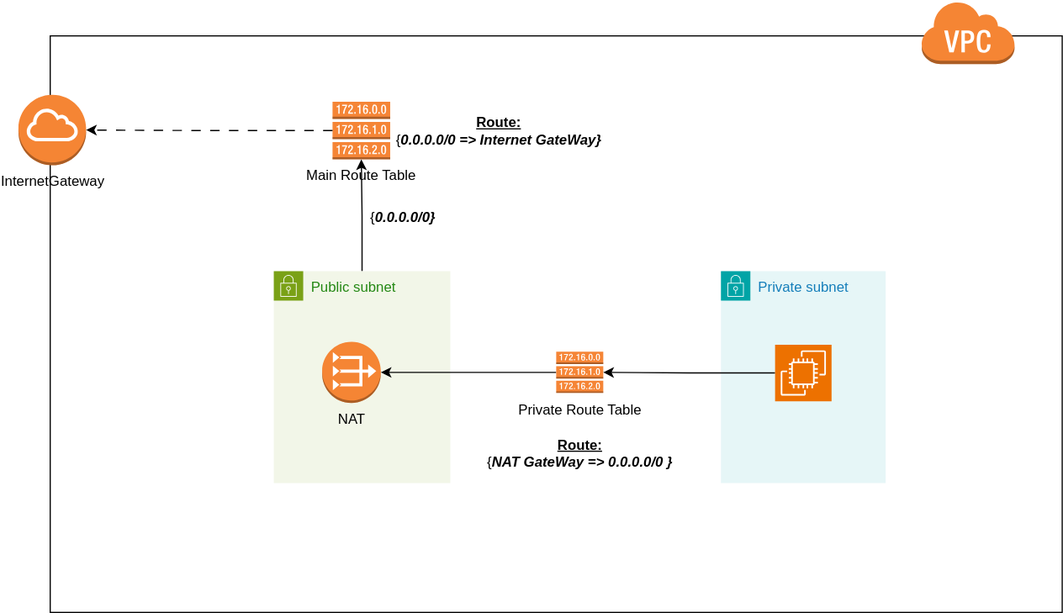
Before: arch.drawio.svg, a diagram exported from draw.io (nobleman97/cloudpros-aws-3-tier). Source tidied: cells renumbered, new cells last; positions are measured from the earlier drawing's top-left corner, leaving out a move shared by most shapes.
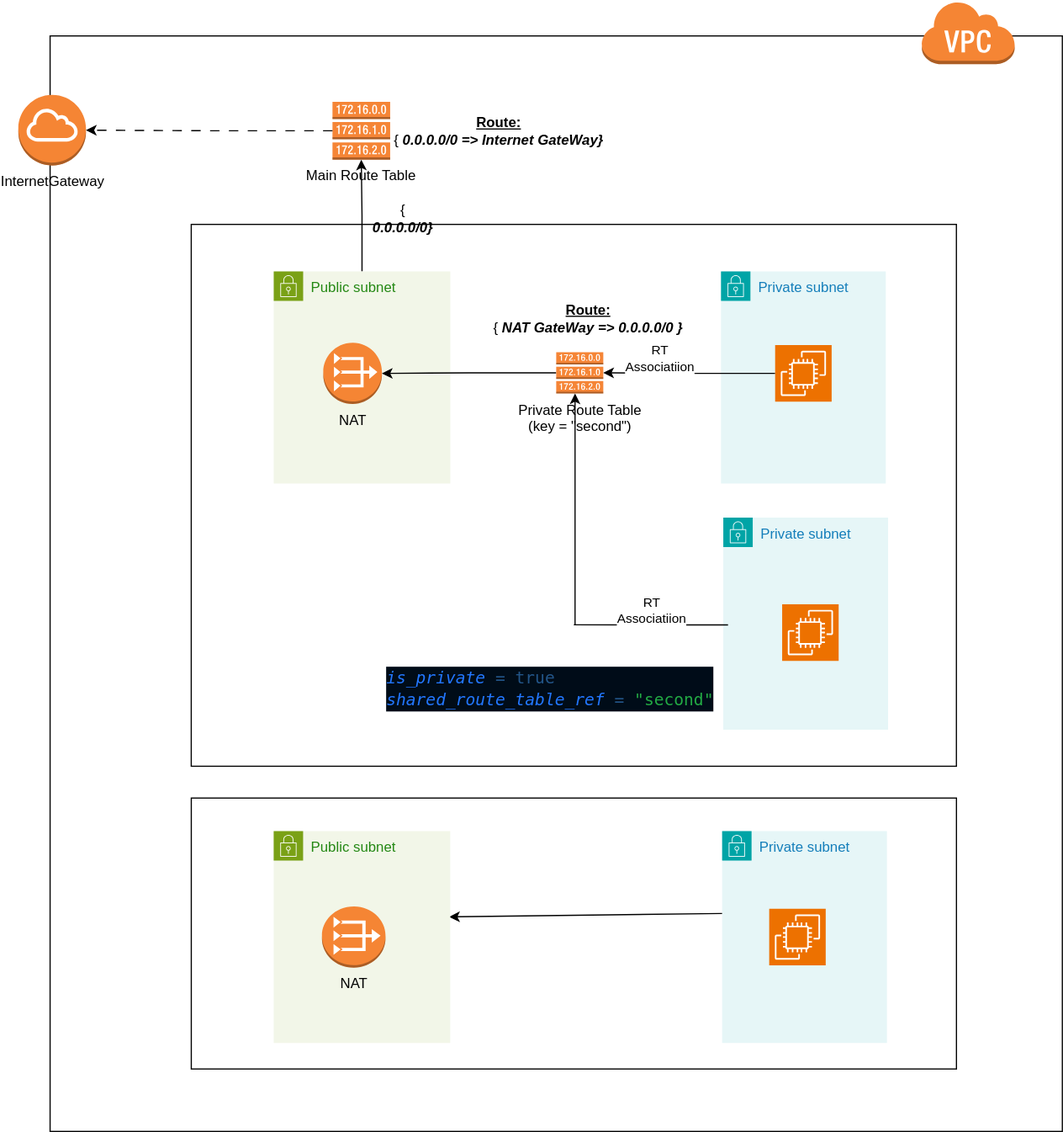
Above is the later version.

Commit message:
account for both multiple and shared NAT scenarios

Change to the diagram source:
```diff
@@ -3,8 +3,14 @@
     <mxCell id="0" />
     <mxCell id="1" parent="0" />
     <mxCell id="2" style="rounded=0;whiteSpace=wrap;html=1;" parent="1" vertex="1">
-      <mxGeometry x="27" y="30" width="860" height="490" as="geometry" />
+      <mxGeometry x="27" y="30" width="860" height="930" as="geometry" />
     </mxCell>
+    <mxCell id="18" style="rounded=0;whiteSpace=wrap;html=1;" parent="1" vertex="1">
+      <mxGeometry x="147" y="677" width="650.1" height="230" as="geometry" />
+    </mxCell>
+    <mxCell id="19" style="rounded=0;whiteSpace=wrap;html=1;" parent="1" vertex="1">
+      <mxGeometry x="146.9" y="190" width="650.1" height="460" as="geometry" />
+    </mxCell>
     <mxCell id="3" value="InternetGateway" style="outlineConnect=0;dashed=0;verticalLabelPosition=bottom;verticalAlign=top;align=center;html=1;shape=mxgraph.aws3.internet_gateway;fillColor=#F58534;gradientColor=none;" parent="1" vertex="1">
       <mxGeometry y="80" width="57.5" height="60" as="geometry" />
     </mxCell>
@@ -17,21 +23,26 @@
     <mxCell id="6" value="Public subnet" style="points=[[0,0],[0.25,0],[0.5,0],[0.75,0],[1,0],[1,0.25],[1,0.5],[1,0.75],[1,1],[0.75,1],[0.5,1],[0.25,1],[0,1],[0,0.75],[0,0.5],[0,0.25]];outlineConnect=0;gradientColor=none;html=1;whiteSpace=wrap;fontSize=12;fontStyle=0;shape=mxgraph.aws4.group;grIcon=mxgraph.aws4.group_security_group;grStroke=0;strokeColor=#7AA116;fillColor=#F2F6E8;verticalAlign=top;align=left;spacingLeft=30;fontColor=#248814;dashed=0;" parent="1" vertex="1">
       <mxGeometry x="217" y="230" width="150" height="180" as="geometry" />
     </mxCell>
+    <mxCell id="8" value="NAT" style="outlineConnect=0;dashed=0;verticalLabelPosition=bottom;verticalAlign=top;align=center;html=1;shape=mxgraph.aws3.vpc_nat_gateway;fillColor=#F58534;gradientColor=none;" parent="6" vertex="1">
+      <mxGeometry x="42.1" y="60.5" width="49.8" height="52" as="geometry" />
+    </mxCell>
     <mxCell id="7" value="Private subnet" style="gradientColor=none;html=1;whiteSpace=wrap;fontSize=12;fontStyle=0;shape=mxgraph.aws4.group;grIcon=mxgraph.aws4.group_security_group;grStroke=0;strokeColor=#00A4A6;fillColor=#E6F6F7;verticalAlign=top;align=left;spacingLeft=30;fontColor=#147EBA;dashed=0;" parent="1" vertex="1">
       <mxGeometry x="597" y="230" width="140" height="180" as="geometry" />
     </mxCell>
-    <mxCell id="8" value="NAT" style="outlineConnect=0;dashed=0;verticalLabelPosition=bottom;verticalAlign=top;align=center;html=1;shape=mxgraph.aws3.vpc_nat_gateway;fillColor=#F58534;gradientColor=none;" parent="1" vertex="1">
-      <mxGeometry x="258.1" y="290" width="49.8" height="52" as="geometry" />
-    </mxCell>
     <mxCell id="9" style="edgeStyle=orthogonalEdgeStyle;rounded=0;jettySize=auto;html=1;" parent="1" edge="1" source="10" target="8">
       <mxGeometry relative="1" as="geometry" />
     </mxCell>
-    <mxCell id="10" value="Private Route Table" style="outlineConnect=0;dashed=0;verticalLabelPosition=bottom;verticalAlign=top;align=center;html=1;shape=mxgraph.aws3.route_table;fillColor=#F58536;gradientColor=none;" parent="1" vertex="1">
+    <mxCell id="10" value="Private Route Table&lt;br&gt;(key = &quot;second&quot;)" style="outlineConnect=0;dashed=0;verticalLabelPosition=bottom;verticalAlign=top;align=center;html=1;shape=mxgraph.aws3.route_table;fillColor=#F58536;gradientColor=none;" parent="1" vertex="1">
       <mxGeometry x="457" y="298.5" width="40" height="35" as="geometry" />
     </mxCell>
     <mxCell id="11" style="edgeStyle=orthogonalEdgeStyle;rounded=0;jettySize=auto;html=1;" parent="1" edge="1" source="12" target="10">
       <mxGeometry relative="1" as="geometry" />
     </mxCell>
+    <mxCell id="20" value="RT&lt;br&gt;Associatiion" style="edgeLabel;html=1;align=center;verticalAlign=middle;" parent="11" vertex="1">
+      <mxGeometry x="0.37" y="4" relative="1" as="geometry">
+        <mxPoint x="1" y="-17" as="offset" />
+      </mxGeometry>
+    </mxCell>
     <mxCell id="12" style="sketch=0;points=[[0,0,0],[0.25,0,0],[0.5,0,0],[0.75,0,0],[1,0,0],[0,1,0],[0.25,1,0],[0.5,1,0],[0.75,1,0],[1,1,0],[0,0.25,0],[0,0.5,0],[0,0.75,0],[1,0.25,0],[1,0.5,0],[1,0.75,0]];outlineConnect=0;fontColor=#232F3E;fillColor=#ED7100;strokeColor=#ffffff;dashed=0;verticalLabelPosition=bottom;verticalAlign=top;align=center;html=1;fontSize=12;fontStyle=0;shape=mxgraph.aws4.resourceIcon;resIcon=mxgraph.aws4.ec2;" parent="1" vertex="1">
       <mxGeometry x="643" y="292.5" width="48" height="48" as="geometry" />
     </mxCell>
@@ -45,10 +56,48 @@
       <mxGeometry x="311" y="95.5" width="195" height="30" as="geometry" />
     </mxCell>
     <mxCell id="16" value="&lt;div&gt;&lt;u&gt;&lt;b&gt;Route:&lt;/b&gt;&lt;/u&gt;&lt;br&gt;&lt;/div&gt;&lt;div&gt;{&lt;b&gt;&lt;i&gt;NAT GateWay&lt;/i&gt;&lt;/b&gt;&lt;b&gt;&lt;i&gt; =&amp;gt; 0.0.0.0/0 }&lt;/i&gt;&lt;/b&gt;&lt;/div&gt;" style="text;html=1;align=center;verticalAlign=middle;whiteSpace=wrap;rounded=0;" parent="1" vertex="1">
-      <mxGeometry x="379.5" y="370" width="195" height="30" as="geometry" />
+      <mxGeometry x="387" y="255" width="195" height="30" as="geometry" />
     </mxCell>
     <mxCell id="17" style="dashed=0;verticalLabelPosition=bottom;verticalAlign=top;align=center;html=1;shape=mxgraph.aws3.virtual_private_cloud;fillColor=#F58534;gradientColor=none;" parent="1" vertex="1">
       <mxGeometry x="767" width="79.5" height="54" as="geometry" />
     </mxCell>
+    <mxCell id="21" style="edgeStyle=none;html=1;entryX=0.994;entryY=0.405;entryDx=0;entryDy=0;entryPerimeter=0;exitX=0.694;exitY=0.426;exitDx=0;exitDy=0;exitPerimeter=0;" parent="1" edge="1" source="18" target="24">
+      <mxGeometry relative="1" as="geometry" />
+    </mxCell>
+    <mxCell id="22" value="Private subnet" style="gradientColor=none;html=1;whiteSpace=wrap;fontSize=12;fontStyle=0;shape=mxgraph.aws4.group;grIcon=mxgraph.aws4.group_security_group;grStroke=0;strokeColor=#00A4A6;fillColor=#E6F6F7;verticalAlign=top;align=left;spacingLeft=30;fontColor=#147EBA;dashed=0;" parent="1" vertex="1">
+      <mxGeometry x="598" y="705" width="140" height="180" as="geometry" />
+    </mxCell>
+    <mxCell id="23" style="sketch=0;fontColor=#232F3E;fillColor=#ED7100;strokeColor=#ffffff;dashed=0;verticalLabelPosition=bottom;verticalAlign=top;align=center;html=1;fontSize=12;fontStyle=0;shape=mxgraph.aws4.resourceIcon;resIcon=mxgraph.aws4.ec2;" parent="22" vertex="1">
+      <mxGeometry x="40" y="66" width="48" height="48" as="geometry" />
+    </mxCell>
+    <mxCell id="24" value="Public subnet" style="points=[[0,0],[0.25,0],[0.5,0],[0.75,0],[1,0],[1,0.25],[1,0.5],[1,0.75],[1,1],[0.75,1],[0.5,1],[0.25,1],[0,1],[0,0.75],[0,0.5],[0,0.25]];outlineConnect=0;gradientColor=none;html=1;whiteSpace=wrap;fontSize=12;fontStyle=0;shape=mxgraph.aws4.group;grIcon=mxgraph.aws4.group_security_group;grStroke=0;strokeColor=#7AA116;fillColor=#F2F6E8;verticalAlign=top;align=left;spacingLeft=30;fontColor=#248814;dashed=0;" parent="1" vertex="1">
+      <mxGeometry x="217" y="705" width="150" height="180" as="geometry" />
+    </mxCell>
+    <mxCell id="25" value="NAT" style="dashed=0;verticalLabelPosition=bottom;verticalAlign=top;align=center;html=1;shape=mxgraph.aws3.vpc_nat_gateway;fillColor=#F58534;gradientColor=none;" parent="1" vertex="1">
+      <mxGeometry x="258" y="769" width="54" height="52" as="geometry" />
+    </mxCell>
+    <mxCell id="26" value="Private subnet" style="gradientColor=none;html=1;whiteSpace=wrap;fontSize=12;fontStyle=0;shape=mxgraph.aws4.group;grIcon=mxgraph.aws4.group_security_group;grStroke=0;strokeColor=#00A4A6;fillColor=#E6F6F7;verticalAlign=top;align=left;spacingLeft=30;fontColor=#147EBA;dashed=0;" parent="1" vertex="1">
+      <mxGeometry x="599" y="439" width="140" height="180" as="geometry" />
+    </mxCell>
+    <mxCell id="27" style="sketch=0;fontColor=#232F3E;fillColor=#ED7100;strokeColor=#ffffff;dashed=0;verticalLabelPosition=bottom;verticalAlign=top;align=center;html=1;fontSize=12;fontStyle=0;shape=mxgraph.aws4.resourceIcon;resIcon=mxgraph.aws4.ec2;" parent="1" vertex="1">
+      <mxGeometry x="649" y="512.5" width="48" height="48" as="geometry" />
+    </mxCell>
+    <mxCell id="28" style="endArrow=none;html=1;exitX=0.5;exitY=0.739;exitDx=0;exitDy=0;exitPerimeter=0;" parent="1" edge="1" source="19">
+      <mxGeometry relative="1" as="geometry">
+        <mxPoint x="603" y="530" as="targetPoint" />
+      </mxGeometry>
+    </mxCell>
+    <mxCell id="29" style="endArrow=classic;html=1;" parent="1" edge="1">
+      <mxGeometry relative="1" as="geometry">
+        <mxPoint x="473" y="530" as="sourcePoint" />
+        <mxPoint x="473" y="333.5" as="targetPoint" />
+      </mxGeometry>
+    </mxCell>
+    <mxCell id="30" value="&lt;div style=&quot;color: rgb(102, 136, 204); background-color: rgb(0, 12, 24); font-family: &amp;quot;Droid Sans Mono&amp;quot;, &amp;quot;monospace&amp;quot;, monospace; font-weight: normal; font-size: 14px; line-height: 19px;&quot;&gt;&lt;div&gt;&lt;span style=&quot;color: #2277ff;font-style: italic;&quot;&gt;is_private&lt;/span&gt;&lt;span style=&quot;color: #6688cc;&quot;&gt;              &lt;/span&gt;&lt;span style=&quot;color: #225588;&quot;&gt;=&lt;/span&gt;&lt;span style=&quot;color: #6688cc;&quot;&gt; &lt;/span&gt;&lt;span style=&quot;color: #225588;&quot;&gt;true&lt;/span&gt;&lt;/div&gt;&lt;div&gt;&lt;span style=&quot;color: #6688cc;&quot;&gt;      &lt;/span&gt;&lt;span style=&quot;color: #2277ff;font-style: italic;&quot;&gt;shared_route_table_ref&lt;/span&gt;&lt;span style=&quot;color: #6688cc;&quot;&gt; &lt;/span&gt;&lt;span style=&quot;color: #225588;&quot;&gt;=&lt;/span&gt;&lt;span style=&quot;color: #6688cc;&quot;&gt; &lt;/span&gt;&lt;span style=&quot;color: #22aa44;&quot;&gt;&quot;second&quot;&lt;/span&gt;&lt;/div&gt;&lt;/div&gt;" style="text;whiteSpace=wrap;html=1;" parent="1" vertex="1">
+      <mxGeometry x="311" y="558.5" width="286" height="49.5" as="geometry" />
+    </mxCell>
+    <mxCell id="31" value="RT&lt;br&gt;Associatiion" style="edgeLabel;html=1;align=center;verticalAlign=middle;" parent="1" vertex="1">
+      <mxGeometry x="537" y="517.5" as="geometry" />
+    </mxCell>
   </root>
 </mxGraphModel>
```
